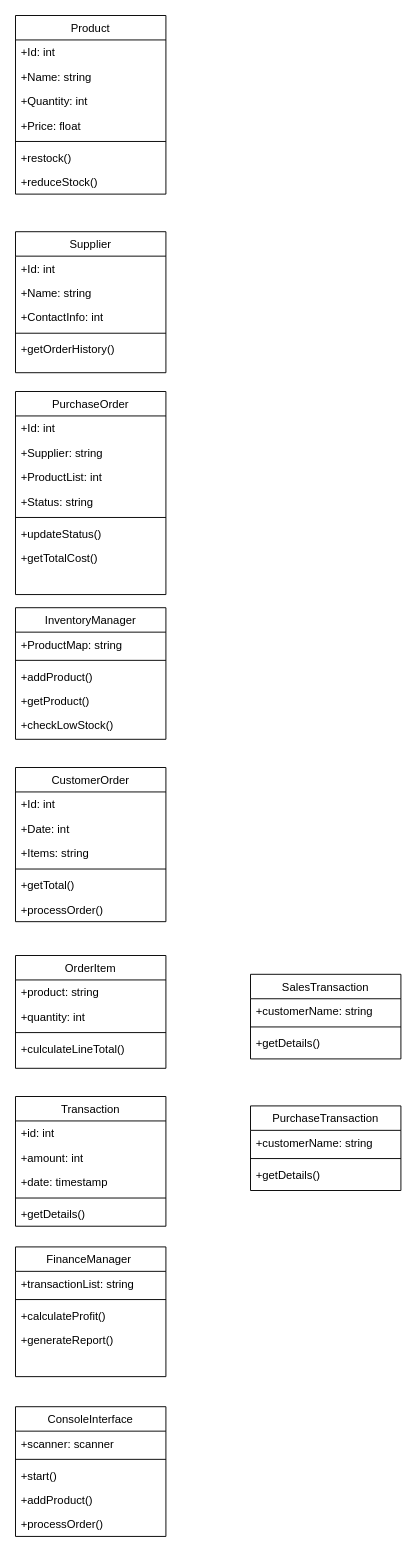
Before: UML Class Diagram.drawio in Elizabeth1420/object-oriented, a draw.io diagram. Source tidied: cells renumbered, new cells numbered last; positions are measured from the earlier drawing's top-left corner, leaving out a move shared by most shapes. Both pictures are drawn from the tidied source at 94%, with x=0, y=0 at pixel (15, 15).
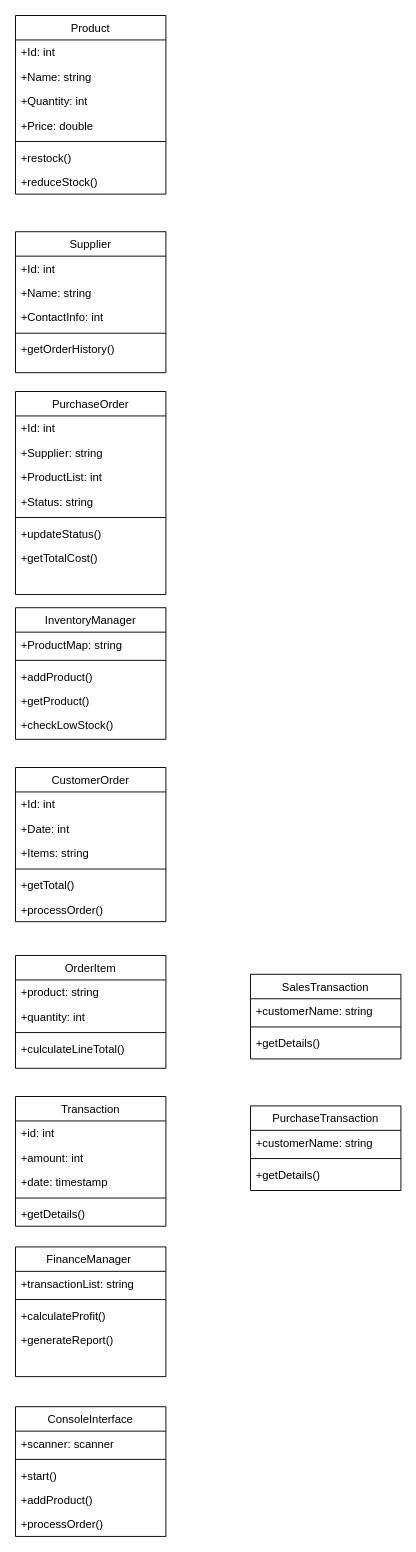
After the change.

Unchanged cells that the change refers to:
```xml
<mxCell id="2" value="Product" style="swimlane;fontStyle=0;align=center;verticalAlign=top;horizontal=1;startSize=26;rounded=0;shadow=0;strokeWidth=1;" parent="1" vertex="1">
  <mxGeometry width="160" height="190" as="geometry" />
</mxCell>
```

The edit, as a diff of the source:
```diff
@@
-    <mxCell id="6" value="+Price: float&#10;" style="text;align=left;verticalAlign=top;spacingLeft=4;spacingRight=4;overflow=hidden;rounded=0;shadow=0;html=0;" parent="2" vertex="1">
+    <mxCell id="6" value="+Price: double&#10;" style="text;align=left;verticalAlign=top;spacingLeft=4;spacingRight=4;overflow=hidden;rounded=0;shadow=0;html=0;" parent="2" vertex="1">
       <mxGeometry y="104" width="160" height="26" as="geometry" />
     </mxCell>
```
